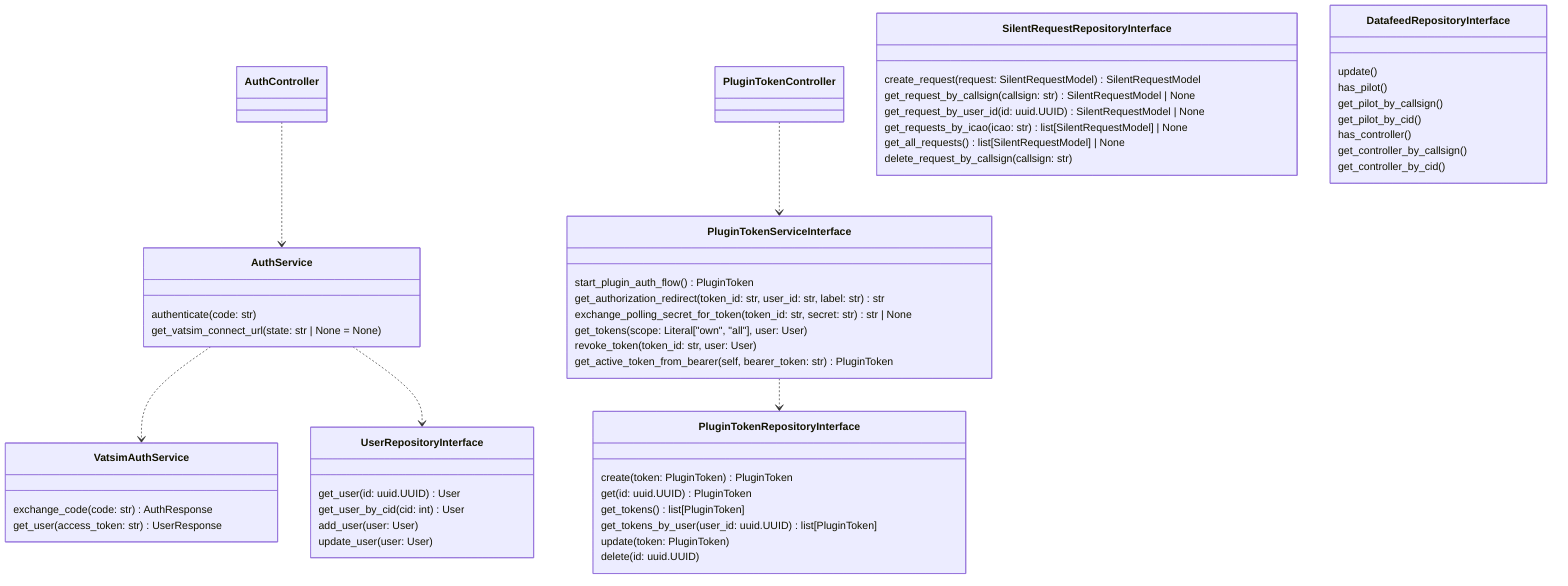
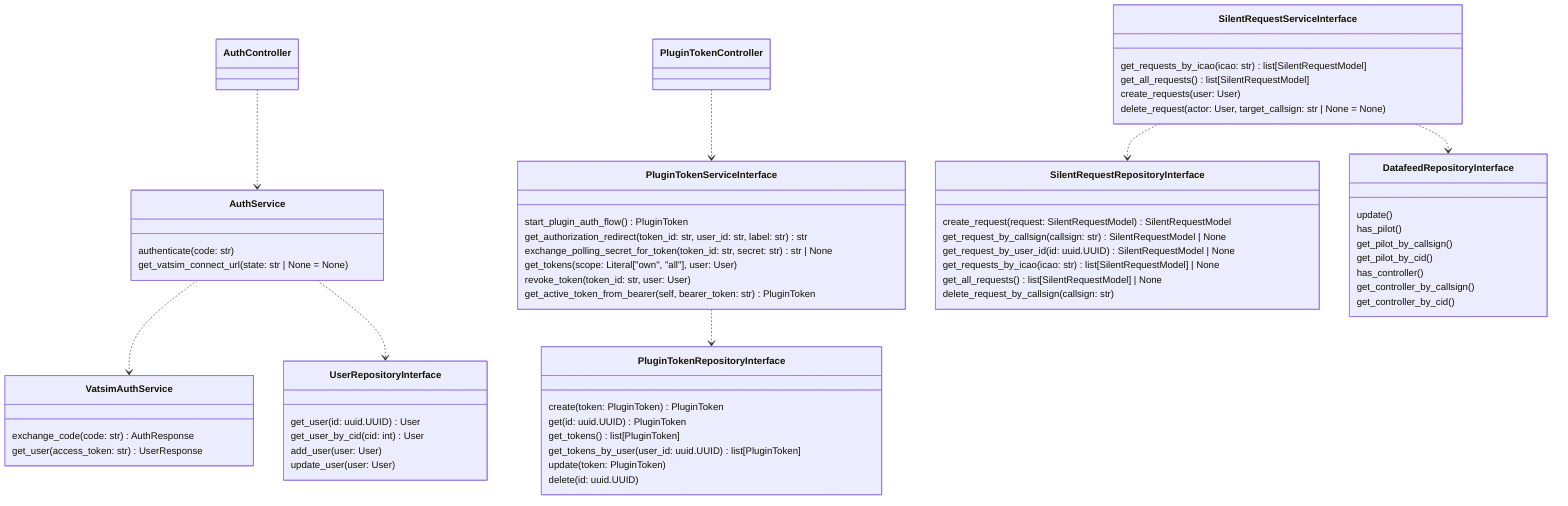
classDiagram
    %% <|--	Inheritance
    %% *--	Composition
    %% o--	Aggregation
    %% -->	Association
    %% --	Link (Solid)
    %% ..>	Dependency
    %% ..|>	Realization
    %% ..	Link (Dashed)

    %% Auth:

    class AuthController {
    }

    AuthController ..> AuthService

    class AuthService {
        authenticate(code: str)
        get_vatsim_connect_url(state: str | None = None)
    }

    AuthService ..> VatsimAuthService
    AuthService ..> UserRepositoryInterface

    class VatsimAuthService {
        exchange_code(code: str) AuthResponse
        get_user(access_token: str) UserResponse
    }

    class UserRepositoryInterface {
        get_user(id: uuid.UUID) User
        get_user_by_cid(cid: int) User
        add_user(user: User)
        update_user(user: User)
    }

    %% Plugin Token:

    class PluginTokenController {
    }

    PluginTokenController ..> PluginTokenServiceInterface

    class PluginTokenServiceInterface {
        start_plugin_auth_flow() PluginToken
        get_authorization_redirect(token_id: str, user_id: str, label: str) str
        exchange_polling_secret_for_token(token_id: str, secret: str) str | None
        get_tokens(scope: Literal["own", "all"], user: User)
        revoke_token(token_id: str, user: User)
        get_active_token_from_bearer(self, bearer_token: str) PluginToken
    }

    PluginTokenServiceInterface ..> PluginTokenRepositoryInterface

    class PluginTokenRepositoryInterface {
        create(token: PluginToken) PluginToken
        get(id: uuid.UUID) PluginToken
        get_tokens() list[PluginToken]
        get_tokens_by_user(user_id: uuid.UUID) list[PluginToken]
        update(token: PluginToken)
        delete(id: uuid.UUID)
    }

    %% SilentRequest:

+     class SilentRequestServiceInterface {
+         get_requests_by_icao(icao: str) list[SilentRequestModel]
+         get_all_requests() list[SilentRequestModel]
+         create_requests(user: User)
+         delete_request(actor: User, target_callsign: str | None = None)
+     }
+ 
+     SilentRequestServiceInterface ..> SilentRequestRepositoryInterface
+     SilentRequestServiceInterface ..> DatafeedRepositoryInterface
+ 
    class SilentRequestRepositoryInterface {
        create_request(request: SilentRequestModel) SilentRequestModel
        get_request_by_callsign(callsign: str) SilentRequestModel | None
        get_request_by_user_id(id: uuid.UUID) SilentRequestModel | None
        get_requests_by_icao(icao: str) list[SilentRequestModel] | None
        get_all_requests() list[SilentRequestModel] | None
        delete_request_by_callsign(callsign: str)
    }

    %% Datafeed:

    class DatafeedRepositoryInterface {
        update()
        has_pilot()
        get_pilot_by_callsign()
        get_pilot_by_cid()
        has_controller()
        get_controller_by_callsign()
        get_controller_by_cid()
    }